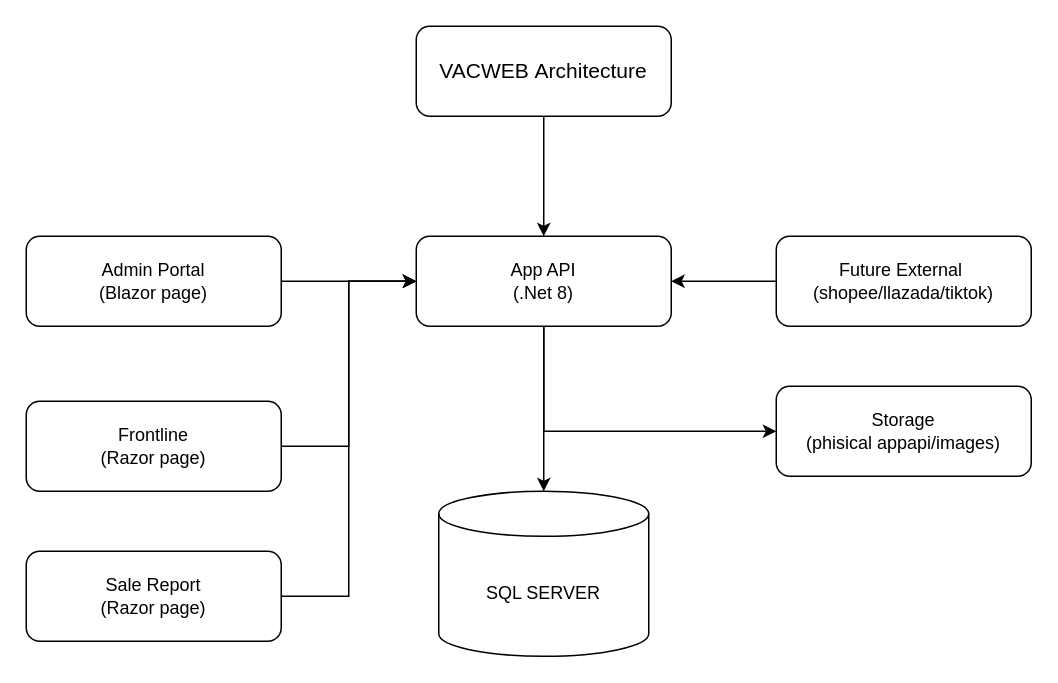
The draw.io diagram .@Doc/Diagram/VACWEB Architecture.drawio in Arnan-TiTo/ADWPORTAL, before the edit. Source tidied: cells renumbered, new cells numbered last; positions are measured from the earlier drawing's top-left corner, leaving out a move shared by most shapes. Both pictures are drawn from the tidied source at 150%, with x=0, y=0 at pixel (26, 26).
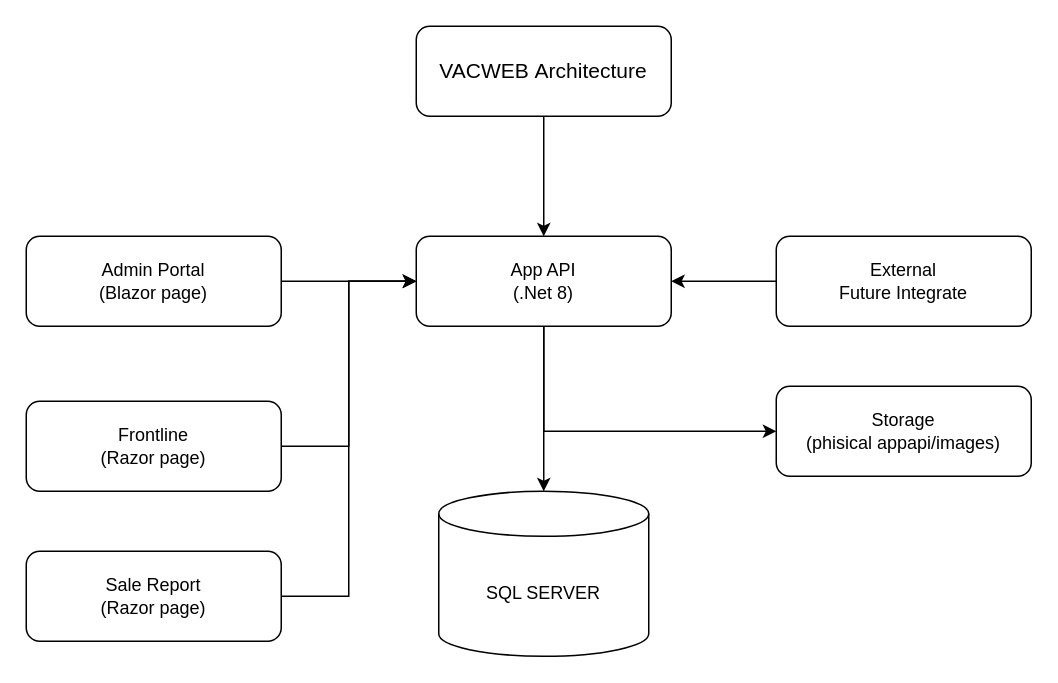
The same page after the edit.

What changed in the source:
```diff
@@
 <mxGraphModel>
   <root>
     <mxCell id="0" />
     <mxCell id="1" parent="0" />
     <mxCell id="2" style="edgeStyle=orthogonalEdgeStyle;rounded=0;jettySize=auto;html=1;entryX=0.5;entryY=0;entryDx=0;entryDy=0;" parent="1" edge="1" source="3" target="6">
       <mxGeometry relative="1" as="geometry" />
     </mxCell>
     <mxCell id="3" value="&lt;font style=&quot;font-size: 14px;&quot;&gt;VACWEB&amp;nbsp;&lt;span style=&quot;font-family: &amp;quot;TH SarabunPSK&amp;quot;, sans-serif;&quot;&gt;Architecture&lt;/span&gt;&lt;/font&gt;" style="rounded=1;whiteSpace=wrap;html=1;" parent="1" vertex="1">
       <mxGeometry x="260" width="170" height="60" as="geometry" />
     </mxCell>
     <mxCell id="4" style="edgeStyle=orthogonalEdgeStyle;rounded=0;jettySize=auto;html=1;" parent="1" edge="1" source="6" target="15">
       <mxGeometry relative="1" as="geometry" />
     </mxCell>
     <mxCell id="5" style="edgeStyle=orthogonalEdgeStyle;rounded=0;jettySize=auto;html=1;exitX=0.5;exitY=1;exitDx=0;exitDy=0;entryX=0;entryY=0.5;entryDx=0;entryDy=0;" parent="1" edge="1" source="6" target="16">
       <mxGeometry relative="1" as="geometry" />
     </mxCell>
     <mxCell id="6" value="App API&lt;div&gt;(.Net 8)&lt;/div&gt;" style="rounded=1;whiteSpace=wrap;html=1;" parent="1" vertex="1">
       <mxGeometry x="260" y="140" width="170" height="60" as="geometry" />
     </mxCell>
     <mxCell id="7" style="edgeStyle=orthogonalEdgeStyle;rounded=0;jettySize=auto;html=1;entryX=0;entryY=0.5;entryDx=0;entryDy=0;" parent="1" edge="1" source="8" target="6">
       <mxGeometry relative="1" as="geometry" />
     </mxCell>
     <mxCell id="8" value="Frontline&lt;div&gt;(Razor page)&lt;/div&gt;" style="rounded=1;whiteSpace=wrap;html=1;" parent="1" vertex="1">
       <mxGeometry y="250" width="170" height="60" as="geometry" />
     </mxCell>
     <mxCell id="9" style="edgeStyle=orthogonalEdgeStyle;rounded=0;jettySize=auto;html=1;entryX=1;entryY=0.5;entryDx=0;entryDy=0;" parent="1" edge="1" source="10" target="6">
       <mxGeometry relative="1" as="geometry" />
     </mxCell>
-    <mxCell id="10" value="Future External&amp;nbsp;&lt;div&gt;(shopee/llazada/tiktok)&lt;/div&gt;" style="rounded=1;whiteSpace=wrap;html=1;" parent="1" vertex="1">
+    <mxCell id="10" value="External&lt;div&gt;Future Integrate&lt;/div&gt;" style="rounded=1;whiteSpace=wrap;html=1;" parent="1" vertex="1">
       <mxGeometry x="500" y="140" width="170" height="60" as="geometry" />
     </mxCell>
     <mxCell id="11" style="edgeStyle=orthogonalEdgeStyle;rounded=0;jettySize=auto;html=1;entryX=0;entryY=0.5;entryDx=0;entryDy=0;" parent="1" edge="1" source="12" target="6">
       <mxGeometry relative="1" as="geometry" />
     </mxCell>
     <mxCell id="12" value="Admin Portal&lt;div&gt;(Blazor page)&lt;/div&gt;" style="rounded=1;whiteSpace=wrap;html=1;" parent="1" vertex="1">
       <mxGeometry y="140" width="170" height="60" as="geometry" />
     </mxCell>
     <mxCell id="13" style="edgeStyle=orthogonalEdgeStyle;rounded=0;jettySize=auto;html=1;entryX=0;entryY=0.5;entryDx=0;entryDy=0;" parent="1" edge="1" source="14" target="6">
       <mxGeometry relative="1" as="geometry" />
     </mxCell>
     <mxCell id="14" value="Sale Report&lt;div&gt;(Razor page)&lt;/div&gt;" style="rounded=1;whiteSpace=wrap;html=1;" parent="1" vertex="1">
       <mxGeometry y="350" width="170" height="60" as="geometry" />
     </mxCell>
     <mxCell id="15" value="SQL SERVER" style="shape=cylinder3;whiteSpace=wrap;html=1;boundedLbl=1;backgroundOutline=1;size=15;" parent="1" vertex="1">
       <mxGeometry x="275" y="310" width="140" height="110" as="geometry" />
     </mxCell>
     <mxCell id="16" value="Storage&lt;div&gt;(phisical appapi/images)&lt;/div&gt;" style="rounded=1;whiteSpace=wrap;html=1;" parent="1" vertex="1">
       <mxGeometry x="500" y="240" width="170" height="60" as="geometry" />
     </mxCell>
   </root>
 </mxGraphModel>
```
